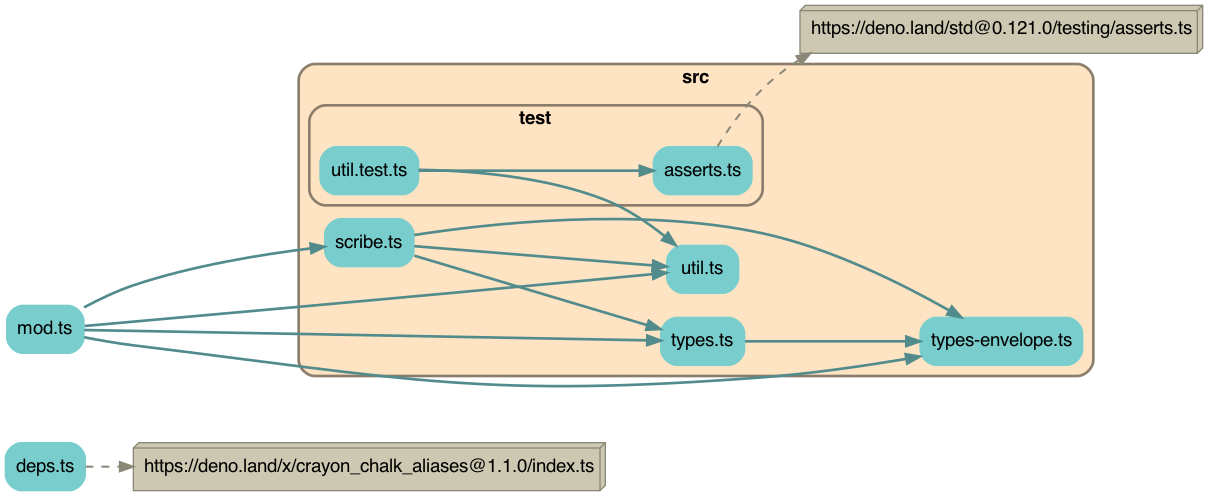
Above: depchart/depchart-full.png in earthstar-project/earthstar-streaming-rpc (Graphviz), before the change. Its source is kept beside it as depchart/depchart-full.dot.
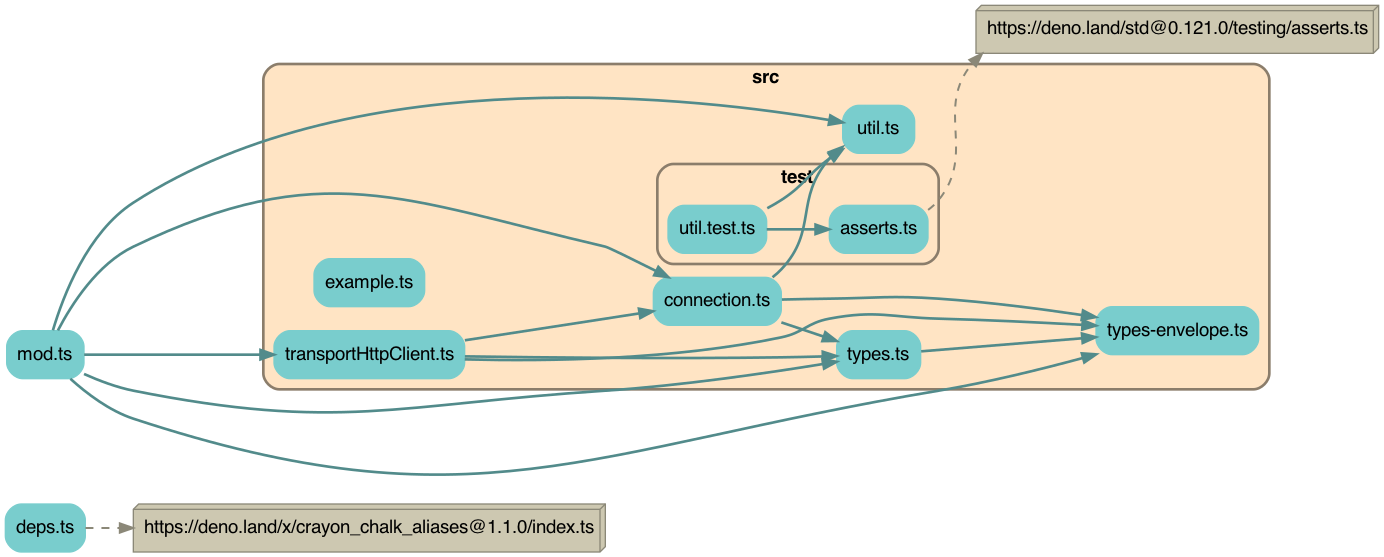
Later version of the same file.

Change to the diagram source:
```diff
@@ -9,19 +9,21 @@
         "deps.ts" [label="deps.ts", shape=rectangle; style="rounded,filled"; color=darkslategray3];
         "mod.ts" [label="mod.ts", shape=rectangle; style="rounded,filled"; color=darkslategray3];
 
-        subgraph cluster1870986062 {
+        subgraph cluster476466255 {
             label=<<b>src</b>>;
             style="rounded,filled";
             fillcolor=bisque;
             color=bisque4;
             penwidth=2;
 
-            "src/scribe.ts" [label="scribe.ts", shape=rectangle; style="rounded,filled"; color=darkslategray3];
+            "src/connection.ts" [label="connection.ts", shape=rectangle; style="rounded,filled"; color=darkslategray3];
+            "src/example.ts" [label="example.ts", shape=rectangle; style="rounded,filled"; color=darkslategray3];
+            "src/transportHttpClient.ts" [label="transportHttpClient.ts", shape=rectangle; style="rounded,filled"; color=darkslategray3];
             "src/types-envelope.ts" [label="types-envelope.ts", shape=rectangle; style="rounded,filled"; color=darkslategray3];
             "src/types.ts" [label="types.ts", shape=rectangle; style="rounded,filled"; color=darkslategray3];
             "src/util.ts" [label="util.ts", shape=rectangle; style="rounded,filled"; color=darkslategray3];
 
-            subgraph cluster9198452401 {
+            subgraph cluster4646860805 {
                 label=<<b>test</b>>;
                 style="rounded,filled";
                 fillcolor=bisque;
@@ -36,15 +38,19 @@
         "https://deno.land/x/crayon_chalk_aliases@1.1.0/index.ts" [shape=box3d, style=filled, fillcolor=cornsilk3, color=cornsilk4];
         "https://deno.land/std@0.121.0/testing/asserts.ts" [shape=box3d, style=filled, fillcolor=cornsilk3, color=cornsilk4];
 
-    "mod.ts" -> "src/scribe.ts" [penwidth=2; color=darkslategray4];
     "mod.ts" -> "src/types-envelope.ts" [penwidth=2; color=darkslategray4];
     "mod.ts" -> "src/types.ts" [penwidth=2; color=darkslategray4];
     "mod.ts" -> "src/util.ts" [penwidth=2; color=darkslategray4];
-    "src/scribe.ts" -> "src/types.ts" [penwidth=2; color=darkslategray4];
-    "src/scribe.ts" -> "src/types-envelope.ts" [penwidth=2; color=darkslategray4];
-    "src/scribe.ts" -> "src/util.ts" [penwidth=2; color=darkslategray4];
+    "mod.ts" -> "src/transportHttpClient.ts" [penwidth=2; color=darkslategray4];
+    "mod.ts" -> "src/connection.ts" [penwidth=2; color=darkslategray4];
+    "src/connection.ts" -> "src/types.ts" [penwidth=2; color=darkslategray4];
+    "src/connection.ts" -> "src/types-envelope.ts" [penwidth=2; color=darkslategray4];
+    "src/connection.ts" -> "src/util.ts" [penwidth=2; color=darkslategray4];
     "src/test/util.test.ts" -> "src/test/asserts.ts" [penwidth=2; color=darkslategray4];
     "src/test/util.test.ts" -> "src/util.ts" [penwidth=2; color=darkslategray4];
+    "src/transportHttpClient.ts" -> "src/types.ts" [penwidth=2; color=darkslategray4];
+    "src/transportHttpClient.ts" -> "src/types-envelope.ts" [penwidth=2; color=darkslategray4];
+    "src/transportHttpClient.ts" -> "src/connection.ts" [penwidth=2; color=darkslategray4];
     "src/types.ts" -> "src/types-envelope.ts" [penwidth=2; color=darkslategray4];
 
     "deps.ts" -> "https://deno.land/x/crayon_chalk_aliases@1.1.0/index.ts" [penwidth=1.5; style=dashed, color=cornsilk4, weight=1];
```
